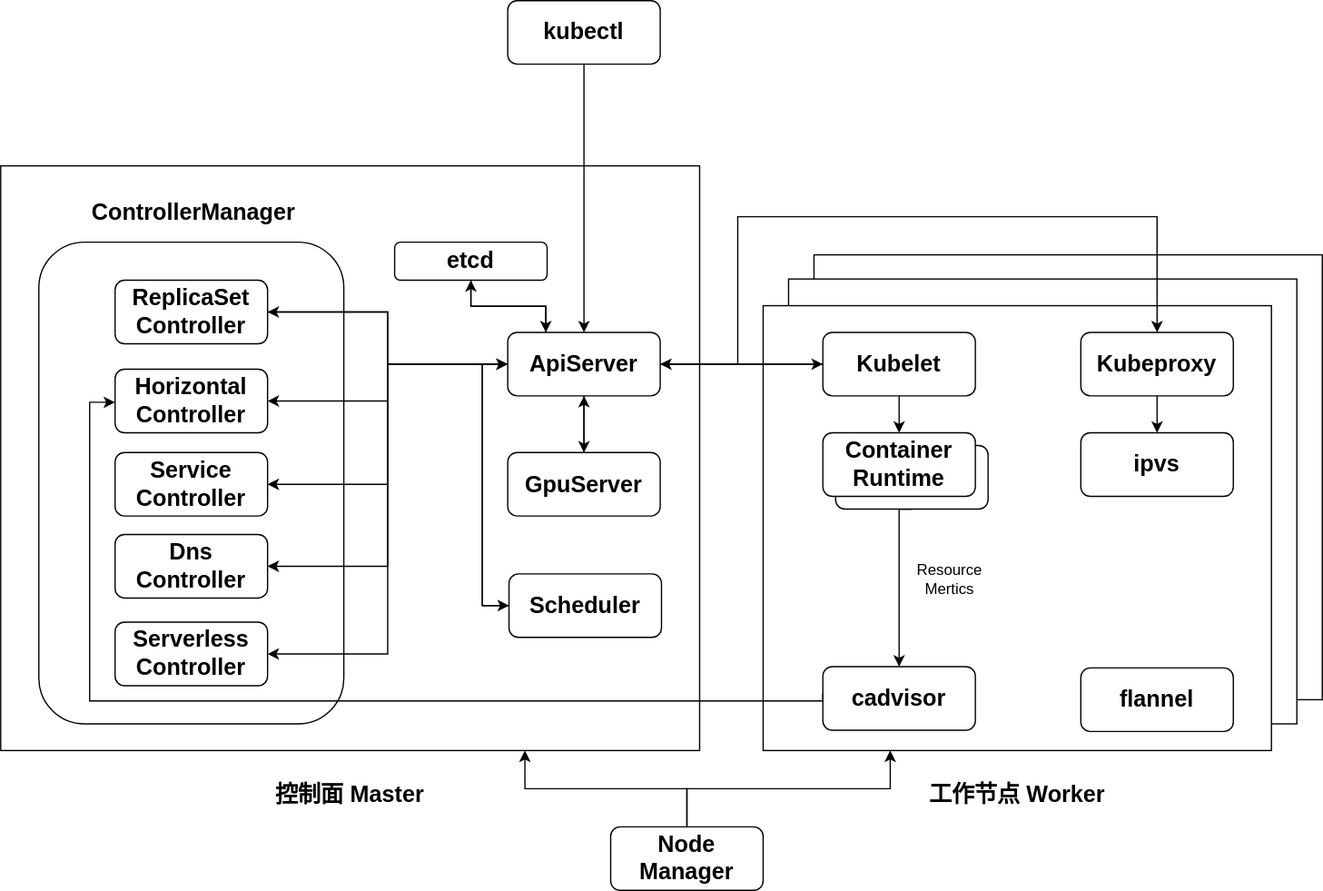
Earlier version of the draw.io export doc/graph/minik8s-framework.drawio.svg (Albus-Tan/Minik8s). Source tidied: cells renumbered, new cells last; positions are measured from the earlier drawing's top-left corner, leaving out a move shared by most shapes.
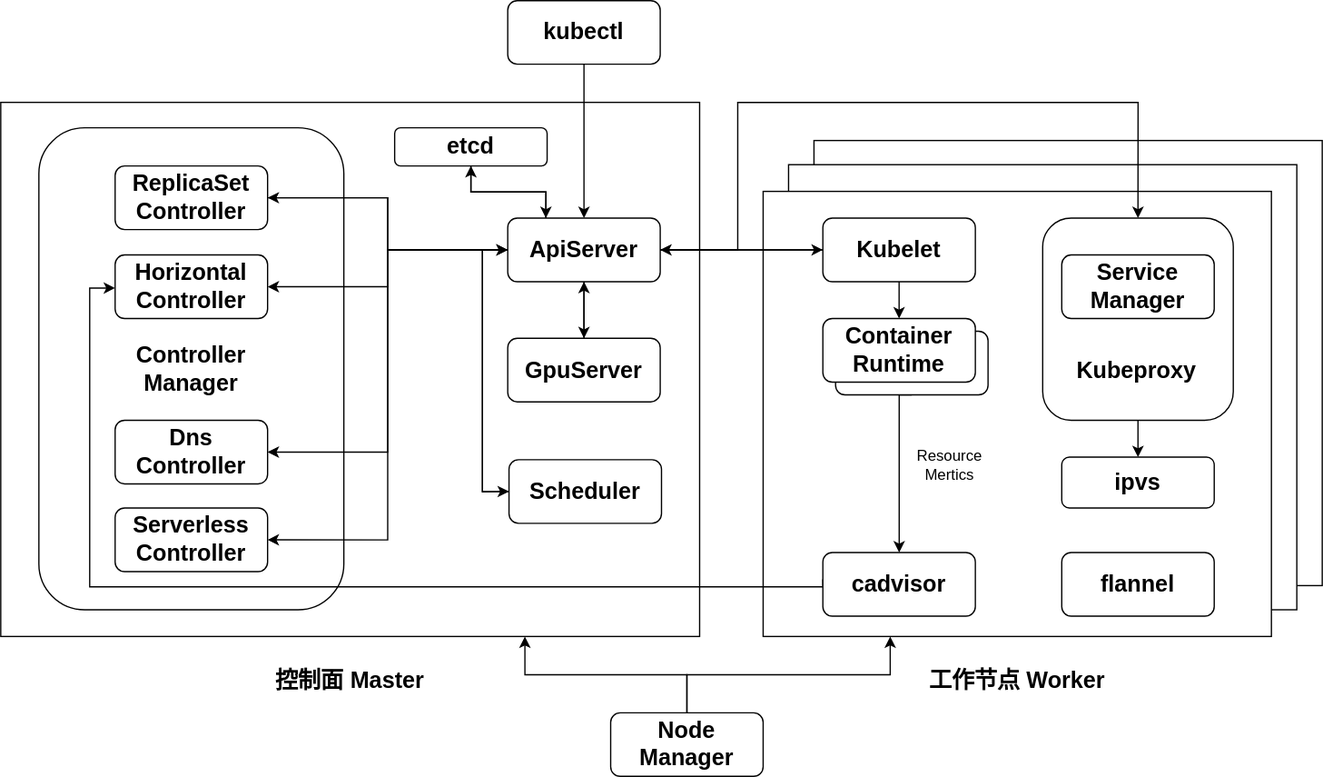
Above is the later version.

Commit message:
doc: modify svc controller

Diff of the diagram source:
```diff
@@ -12,13 +12,13 @@
       <mxGeometry x="600" y="240" width="400" height="350" as="geometry" />
     </mxCell>
     <mxCell id="5" style="rounded=0;whiteSpace=wrap;html=1;" parent="1" vertex="1">
-      <mxGeometry y="130" width="550" height="460" as="geometry" />
+      <mxGeometry y="170" width="550" height="420" as="geometry" />
     </mxCell>
     <mxCell id="6" style="edgeStyle=orthogonalEdgeStyle;rounded=0;jettySize=auto;html=1;" parent="1" edge="1" source="7" target="21">
       <mxGeometry relative="1" as="geometry" />
     </mxCell>
     <mxCell id="7" value="&lt;div&gt;&lt;b&gt;&lt;font style=&quot;font-size: 18px;&quot;&gt;kubectl&lt;/font&gt;&lt;/b&gt;&lt;/div&gt;" style="rounded=1;whiteSpace=wrap;html=1;" parent="1" vertex="1">
-      <mxGeometry x="399" width="120" height="50" as="geometry" />
+      <mxGeometry x="399" y="90" width="120" height="50" as="geometry" />
     </mxCell>
     <mxCell id="8" value="&lt;b&gt;&lt;font style=&quot;font-size: 18px;&quot;&gt;控制面 Master&lt;/font&gt;&lt;/b&gt;" style="text;html=1;strokeColor=none;fillColor=none;align=center;verticalAlign=middle;whiteSpace=wrap;rounded=0;" parent="1" vertex="1">
       <mxGeometry x="200" y="610" width="150" height="30" as="geometry" />
@@ -26,7 +26,7 @@
     <mxCell id="9" value="&lt;b&gt;&lt;font style=&quot;font-size: 18px;&quot;&gt;工作节点 Worker&lt;br&gt;&lt;/font&gt;&lt;/b&gt;" style="text;html=1;strokeColor=none;fillColor=none;align=center;verticalAlign=middle;whiteSpace=wrap;rounded=0;" parent="1" vertex="1">
       <mxGeometry x="725" y="610" width="150" height="30" as="geometry" />
     </mxCell>
-    <mxCell id="10" style="rounded=1;whiteSpace=wrap;html=1;" parent="1" vertex="1">
+    <mxCell id="10" value="&lt;div&gt;&lt;font style=&quot;font-size: 18px;&quot;&gt;&lt;b&gt;&lt;font style=&quot;font-size: 18px;&quot;&gt;Controller&lt;/font&gt;&lt;/b&gt;&lt;/font&gt;&lt;/div&gt;&lt;div&gt;&lt;font style=&quot;font-size: 18px;&quot;&gt;&lt;b&gt;&lt;font style=&quot;font-size: 18px;&quot;&gt;Manager&lt;/font&gt;&lt;/b&gt;&lt;/font&gt;&lt;/div&gt;" style="rounded=1;whiteSpace=wrap;html=1;" parent="1" vertex="1">
       <mxGeometry x="30" y="190" width="240" height="379" as="geometry" />
     </mxCell>
     <mxCell id="11" style="edgeStyle=orthogonalEdgeStyle;rounded=0;jettySize=auto;html=1;entryX=1;entryY=0.5;entryDx=0;entryDy=0;" parent="1" edge="1" source="21" target="23">
@@ -50,9 +50,6 @@
     <mxCell id="17" style="edgeStyle=orthogonalEdgeStyle;rounded=0;jettySize=auto;html=1;exitX=0.25;exitY=0;exitDx=0;exitDy=0;entryX=0.5;entryY=1;entryDx=0;entryDy=0;" parent="1" edge="1" source="21" target="35">
       <mxGeometry relative="1" as="geometry" />
     </mxCell>
-    <mxCell id="18" style="edgeStyle=orthogonalEdgeStyle;rounded=0;jettySize=auto;html=1;exitX=0;exitY=0.5;exitDx=0;exitDy=0;entryX=1;entryY=0.5;entryDx=0;entryDy=0;" parent="1" edge="1" source="21" target="37">
-      <mxGeometry relative="1" as="geometry" />
-    </mxCell>
     <mxCell id="19" style="edgeStyle=orthogonalEdgeStyle;rounded=0;jettySize=auto;html=1;exitX=1;exitY=0.5;exitDx=0;exitDy=0;entryX=0;entryY=0.5;entryDx=0;entryDy=0;" parent="1" edge="1" source="21" target="33">
       <mxGeometry relative="1" as="geometry" />
     </mxCell>
@@ -61,7 +58,7 @@
         <Array as="points">
           <mxPoint x="580" y="286" />
           <mxPoint x="580" y="170" />
-          <mxPoint x="910" y="170" />
+          <mxPoint x="895" y="170" />
         </Array>
       </mxGeometry>
     </mxCell>
@@ -110,12 +107,6 @@
     <mxCell id="35" value="&lt;div&gt;&lt;b&gt;&lt;font style=&quot;font-size: 18px;&quot;&gt;etcd&lt;/font&gt;&lt;/b&gt;&lt;/div&gt;" style="rounded=1;whiteSpace=wrap;html=1;" parent="1" vertex="1">
       <mxGeometry x="310" y="190" width="120" height="30" as="geometry" />
     </mxCell>
-    <mxCell id="36" value="&lt;font style=&quot;font-size: 18px;&quot;&gt;&lt;b&gt;&lt;font style=&quot;font-size: 18px;&quot;&gt;ControllerManager&lt;/font&gt;&lt;/b&gt;&lt;/font&gt;" style="text;whiteSpace=wrap;html=1;" parent="1" vertex="1">
-      <mxGeometry x="70" y="150" width="160" height="40" as="geometry" />
-    </mxCell>
-    <mxCell id="37" value="&lt;div&gt;&lt;b&gt;&lt;font style=&quot;font-size: 18px;&quot;&gt;Service&lt;/font&gt;&lt;/b&gt;&lt;/div&gt;&lt;div&gt;&lt;b&gt;&lt;font style=&quot;font-size: 18px;&quot;&gt;Controller&lt;/font&gt;&lt;/b&gt;&lt;/div&gt;" style="rounded=1;whiteSpace=wrap;html=1;" parent="1" vertex="1">
-      <mxGeometry x="90" y="355.5" width="120" height="50" as="geometry" />
-    </mxCell>
     <mxCell id="38" style="edgeStyle=orthogonalEdgeStyle;rounded=0;jettySize=auto;html=1;entryX=0.75;entryY=1;entryDx=0;entryDy=0;" parent="1" edge="1" source="40" target="5">
       <mxGeometry relative="1" as="geometry" />
     </mxCell>
@@ -126,7 +117,7 @@
       <mxGeometry x="480" y="650" width="120" height="50" as="geometry" />
     </mxCell>
     <mxCell id="41" value="&lt;div&gt;&lt;b&gt;&lt;font style=&quot;font-size: 18px;&quot;&gt;flannel&lt;/font&gt;&lt;/b&gt;&lt;/div&gt;" style="rounded=1;whiteSpace=wrap;html=1;" parent="1" vertex="1">
-      <mxGeometry x="850" y="525" width="120" height="50" as="geometry" />
+      <mxGeometry x="835" y="524" width="120" height="50" as="geometry" />
     </mxCell>
     <mxCell id="42" style="edgeStyle=orthogonalEdgeStyle;rounded=0;orthogonalLoop=1;jettySize=auto;html=1;exitX=0;exitY=0.5;exitDx=0;exitDy=0;entryX=0;entryY=0.5;entryDx=0;entryDy=0;" parent="1" edge="1">
       <mxGeometry relative="1" as="geometry">
@@ -158,14 +149,20 @@
     <mxCell id="47" style="edgeStyle=orthogonalEdgeStyle;rounded=0;jettySize=auto;html=1;exitX=0.5;exitY=1;exitDx=0;exitDy=0;entryX=0.5;entryY=0;entryDx=0;entryDy=0;" parent="1" edge="1" source="48" target="49">
       <mxGeometry relative="1" as="geometry" />
     </mxCell>
-    <mxCell id="48" value="&lt;div&gt;&lt;b&gt;&lt;font style=&quot;font-size: 18px;&quot;&gt;Kubeproxy&lt;/font&gt;&lt;/b&gt;&lt;/div&gt;" style="rounded=1;whiteSpace=wrap;html=1;" parent="1" vertex="1">
-      <mxGeometry x="850" y="261" width="120" height="50" as="geometry" />
+    <mxCell id="48" style="rounded=1;whiteSpace=wrap;html=1;" parent="1" vertex="1">
+      <mxGeometry x="820" y="261" width="150" height="159" as="geometry" />
     </mxCell>
     <mxCell id="49" value="&lt;div&gt;&lt;b&gt;&lt;font style=&quot;font-size: 18px;&quot;&gt;ipvs&lt;/font&gt;&lt;/b&gt;&lt;/div&gt;" style="rounded=1;whiteSpace=wrap;html=1;" parent="1" vertex="1">
-      <mxGeometry x="850" y="340" width="120" height="50" as="geometry" />
+      <mxGeometry x="835" y="449" width="120" height="40" as="geometry" />
     </mxCell>
     <mxCell id="50" value="&lt;div&gt;Resource&lt;/div&gt;&lt;div&gt;Mertics&lt;br&gt;&lt;/div&gt;" style="text;html=1;strokeColor=none;fillColor=none;align=center;verticalAlign=middle;whiteSpace=wrap;rounded=0;" parent="1" vertex="1">
       <mxGeometry x="717" y="440" width="60" height="30" as="geometry" />
     </mxCell>
+    <mxCell id="51" value="&lt;div&gt;&lt;b&gt;&lt;font style=&quot;font-size: 18px;&quot;&gt;Service&lt;/font&gt;&lt;/b&gt;&lt;/div&gt;&lt;div&gt;&lt;b&gt;&lt;font style=&quot;font-size: 18px;&quot;&gt;Manager&lt;br&gt;&lt;/font&gt;&lt;/b&gt;&lt;/div&gt;" style="rounded=1;whiteSpace=wrap;html=1;" parent="1" vertex="1">
+      <mxGeometry x="835" y="290" width="120" height="50" as="geometry" />
+    </mxCell>
+    <mxCell id="52" value="&lt;b&gt;&lt;font style=&quot;font-size: 18px;&quot;&gt;Kubeproxy&lt;/font&gt;&lt;/b&gt;" style="text;whiteSpace=wrap;html=1;" parent="1" vertex="1">
+      <mxGeometry x="845" y="363.5" width="100" height="40" as="geometry" />
+    </mxCell>
   </root>
 </mxGraphModel>
```
